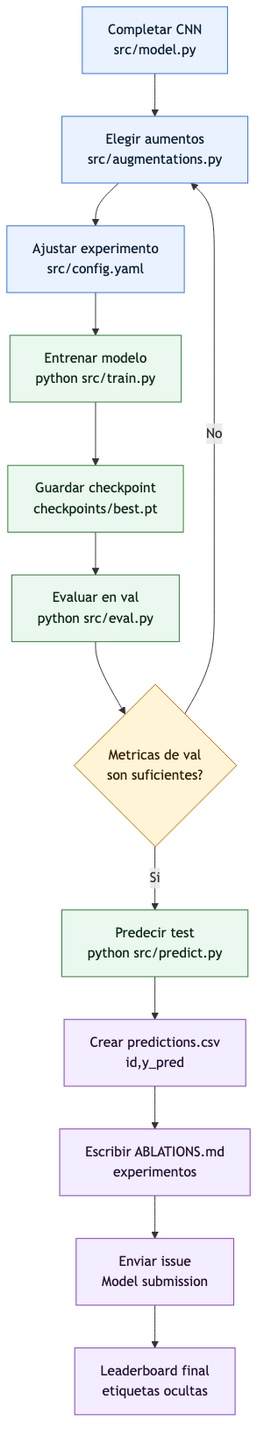
alonso59/nayarit_base_cnn keeps this Mermaid diagram as docs/training_submit_flow.png. Above is the earlier version. Its source is kept beside it as docs/training_submit_flow.mmd. The source it was exported from:
```mermaid
flowchart TD
    A["Completar CNN<br/>src/model.py"] --> B["Elegir aumentos<br/>src/augmentations.py"]
    B --> C["Ajustar experimento<br/>src/config.yaml"]
    C --> D["Entrenar modelo<br/>python src/train.py"]
    D --> E["Guardar checkpoint<br/>checkpoints/best.pt"]
    E --> F["Evaluar en val<br/>python src/eval.py"]
    F --> G{"Metricas de val<br/>son suficientes?"}
    G -- "No" --> B
    G -- "Si" --> H["Predecir test<br/>python src/predict.py"]
    H --> I["Crear predictions.csv<br/>id,y_pred"]
    I --> L["Escribir ABLATIONS.md<br/>experimentos"]
    L --> J["Enviar issue<br/>Model submission"]
    J --> K["Leaderboard final<br/>etiquetas ocultas"]

    classDef setup fill:#EAF2FF,stroke:#2F6FED,stroke-width:1px,color:#0B1F3A;
    classDef run fill:#EAF8EF,stroke:#2E7D32,stroke-width:1px,color:#0F2A16;
    classDef decision fill:#FFF4D6,stroke:#B26A00,stroke-width:1px,color:#362000;
    classDef submit fill:#F4ECFF,stroke:#7B3FC7,stroke-width:1px,color:#241238;

    class A,B,C setup;
    class D,E,F,H run;
    class G decision;
    class I,L,J,K submit;
```
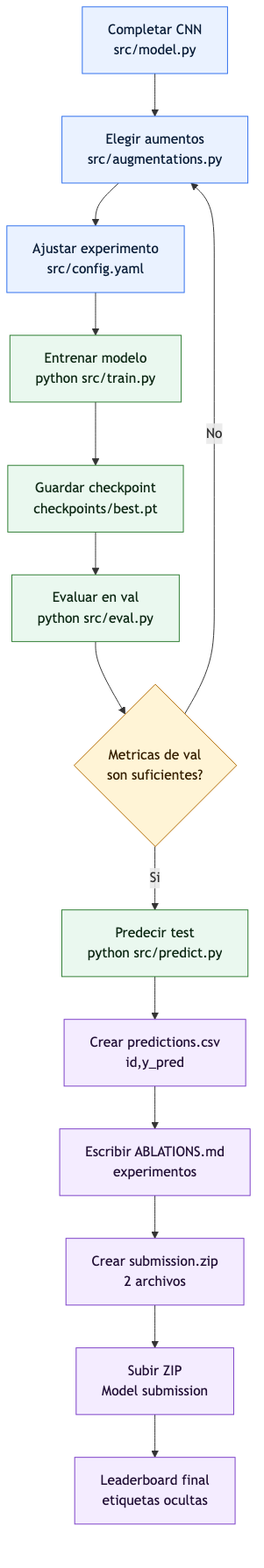
The same file after the commit.

Commit message:
Document ZIP submission flow

The edit, as a diff of the source:
```diff
@@ -9,7 +9,8 @@
     G -- "Si" --> H["Predecir test<br/>python src/predict.py"]
     H --> I["Crear predictions.csv<br/>id,y_pred"]
     I --> L["Escribir ABLATIONS.md<br/>experimentos"]
-    L --> J["Enviar issue<br/>Model submission"]
+    L --> M["Crear submission.zip<br/>2 archivos"]
+    M --> J["Subir ZIP<br/>Model submission"]
     J --> K["Leaderboard final<br/>etiquetas ocultas"]
 
     classDef setup fill:#EAF2FF,stroke:#2F6FED,stroke-width:1px,color:#0B1F3A;
@@ -20,4 +21,4 @@
     class A,B,C setup;
     class D,E,F,H run;
     class G decision;
-    class I,L,J,K submit;
+    class I,L,M,J,K submit;
```
